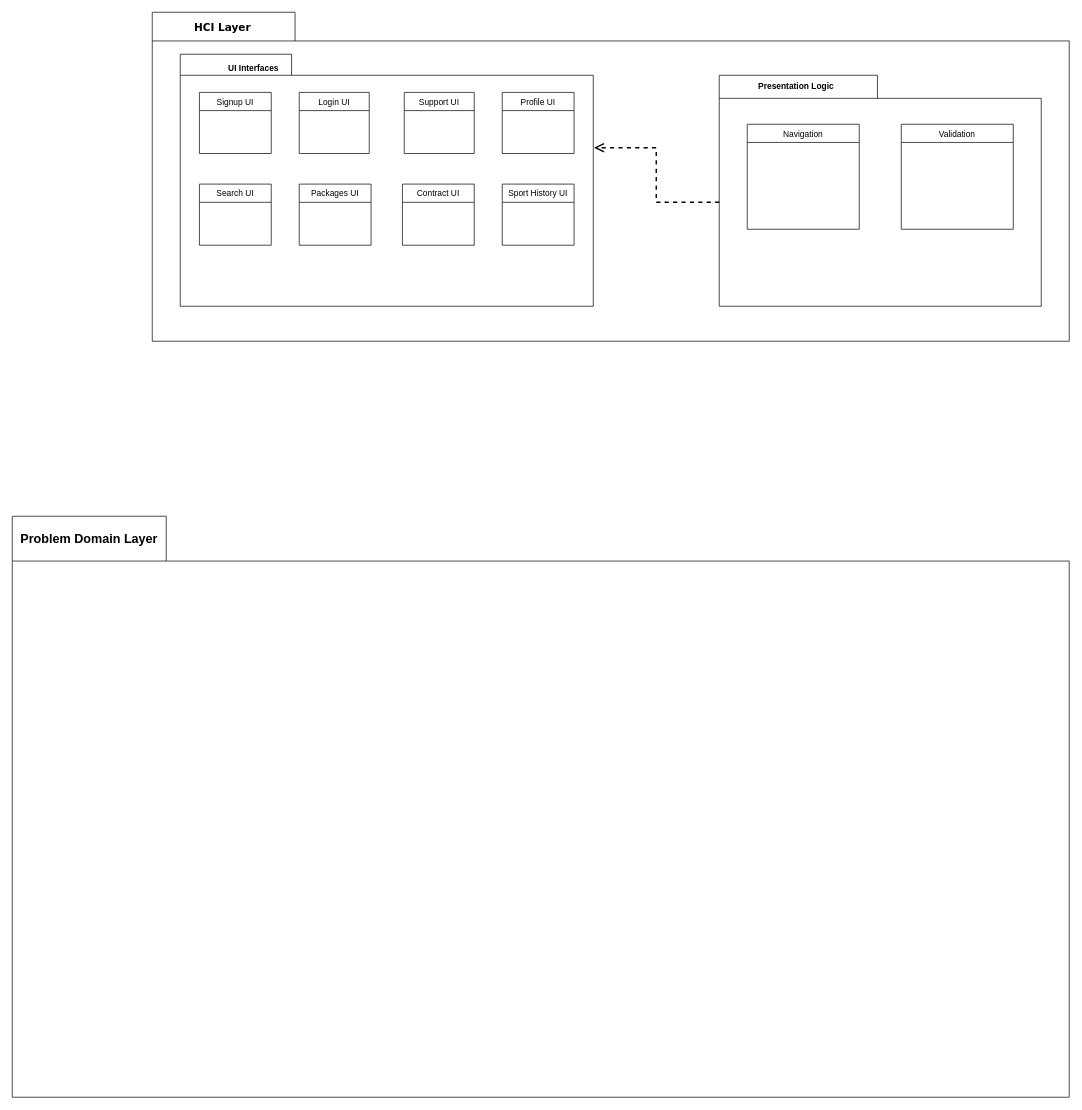
mmohajer9/sama-online-coaching-system keeps this draw.io diagram as Final Presentation/Package Diagram.drawio. Above is the earlier version. Source tidied: cells renumbered, new cells numbered last; positions are measured from the earlier drawing's top-left corner, leaving out a move shared by most shapes. Both pictures are drawn from the tidied source at 70%, with x=0, y=0 at pixel (12, 12).
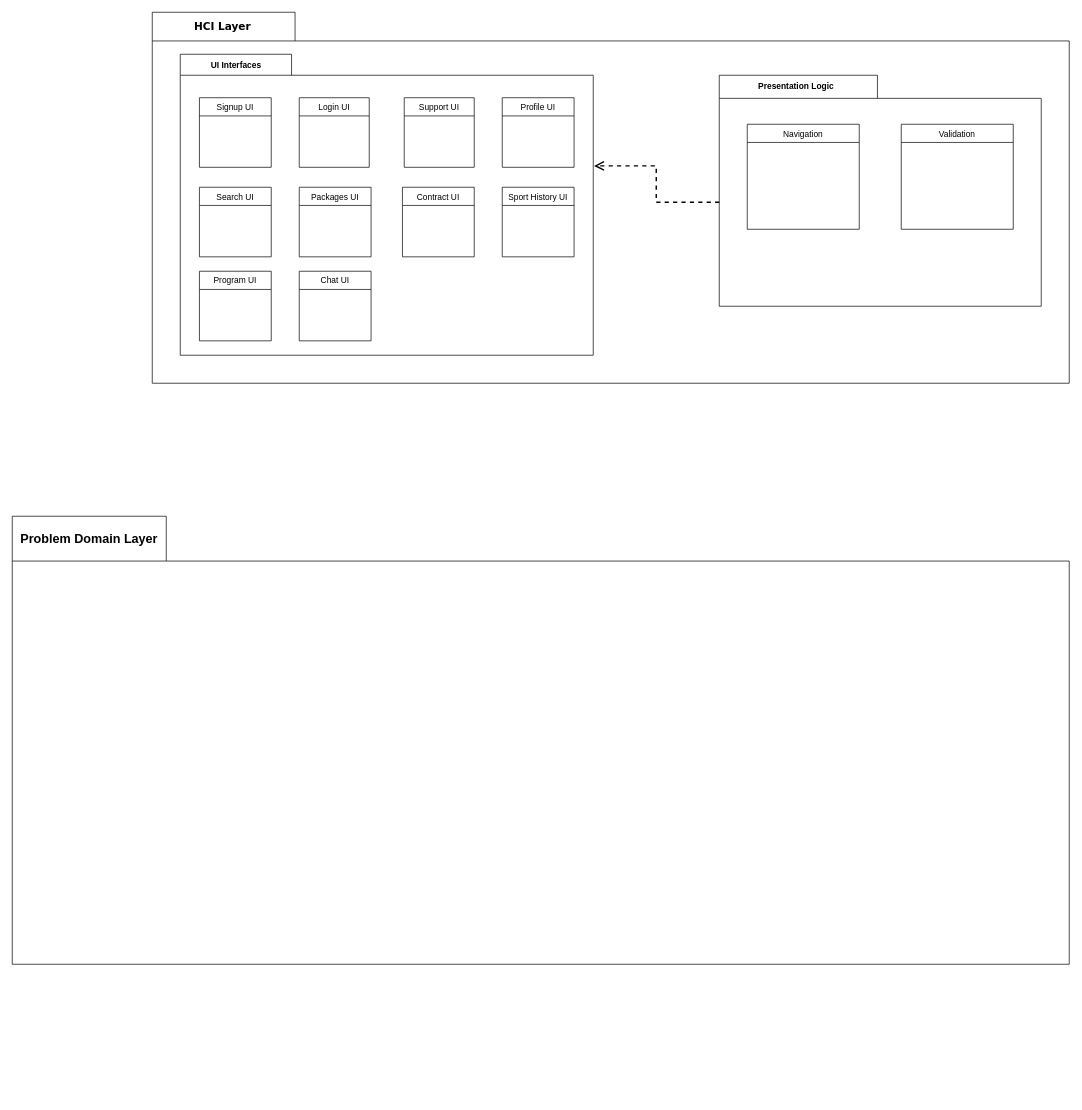
The same diagram, later.

Change to the diagram source:
```diff
@@
     <mxCell id="2" style="group;" parent="1" vertex="1">
-      <mxGeometry x="240" y="60" width="590" height="360" as="geometry" />
+      <mxGeometry x="240" y="60" width="590" height="430" as="geometry" />
     </mxCell>
     <mxCell id="3" style="shape=folder;fontStyle=1;spacingTop=10;tabWidth=159;tabHeight=30;tabPosition=left;html=1;" parent="2" vertex="1">
-      <mxGeometry width="590" height="360" as="geometry" />
+      <mxGeometry width="590" height="430" as="geometry" />
     </mxCell>
     <mxCell id="4" value="UI Interfaces" style="text;align=center;fontStyle=1;verticalAlign=middle;spacingLeft=3;spacingRight=3;strokeColor=none;" parent="2" vertex="1">
-      <mxGeometry width="209.8" height="38.6" as="geometry" />
+      <mxGeometry width="160" height="30" as="geometry" />
     </mxCell>
     <mxCell id="5" value="Signup UI" style="swimlane;fontStyle=0;horizontal=1;startSize=26;fillColor=none;" parent="2" vertex="1">
-      <mxGeometry x="27.4" y="54.5" width="102.6" height="87.3" as="geometry" />
+      <mxGeometry x="27.4" y="62.1" width="102.6" height="99.4" as="geometry" />
     </mxCell>
     <mxCell id="6" value="Login UI" style="swimlane;fontStyle=0;horizontal=1;startSize=26;fillColor=none;" parent="2" vertex="1">
-      <mxGeometry x="170" y="54.5" width="100" height="87.3" as="geometry" />
+      <mxGeometry x="170" y="62.1" width="100" height="99.4" as="geometry" />
     </mxCell>
     <mxCell id="7" value="Profile UI" style="swimlane;fontStyle=0;horizontal=1;startSize=26;fillColor=none;" parent="2" vertex="1">
-      <mxGeometry x="460" y="54.5" width="102.6" height="87.3" as="geometry" />
+      <mxGeometry x="460" y="62.1" width="102.6" height="99.4" as="geometry" />
     </mxCell>
     <mxCell id="8" value="Support UI" style="swimlane;fontStyle=0;horizontal=1;startSize=26;fillColor=none;" parent="2" vertex="1">
-      <mxGeometry x="320" y="54.5" width="100" height="87.3" as="geometry" />
+      <mxGeometry x="320" y="62.1" width="100" height="99.4" as="geometry" />
     </mxCell>
     <mxCell id="9" value="Search UI" style="swimlane;fontStyle=0;horizontal=1;startSize=26;fillColor=none;" parent="2" vertex="1">
-      <mxGeometry x="27.4" y="185.5" width="102.6" height="87.3" as="geometry" />
+      <mxGeometry x="27.4" y="190" width="102.6" height="99.4" as="geometry" />
     </mxCell>
     <mxCell id="10" value="Packages UI" style="swimlane;fontStyle=0;horizontal=1;startSize=26;fillColor=none;" parent="2" vertex="1">
-      <mxGeometry x="170" y="185.5" width="102.6" height="87.3" as="geometry" />
+      <mxGeometry x="170" y="190" width="102.6" height="99.4" as="geometry" />
     </mxCell>
     <mxCell id="11" value="Contract UI" style="swimlane;fontStyle=0;horizontal=1;startSize=26;fillColor=none;" parent="2" vertex="1">
-      <mxGeometry x="317.4" y="185.5" width="102.6" height="87.3" as="geometry" />
+      <mxGeometry x="317.4" y="190" width="102.6" height="99.4" as="geometry" />
     </mxCell>
     <mxCell id="12" value="Sport History UI" style="swimlane;fontStyle=0;horizontal=1;startSize=26;fillColor=none;" parent="2" vertex="1">
-      <mxGeometry x="460" y="185.5" width="102.6" height="87.3" as="geometry" />
+      <mxGeometry x="460" y="190" width="102.6" height="99.4" as="geometry" />
     </mxCell>
+    <mxCell id="24" value="Program UI" style="swimlane;fontStyle=0;horizontal=1;startSize=26;fillColor=none;" parent="2" vertex="1">
+      <mxGeometry x="27.4" y="310" width="102.6" height="99.4" as="geometry" />
+    </mxCell>
+    <mxCell id="25" value="Chat UI" style="swimlane;fontStyle=0;horizontal=1;startSize=26;fillColor=none;" parent="2" vertex="1">
+      <mxGeometry x="170" y="310" width="102.6" height="99.4" as="geometry" />
+    </mxCell>
@@
     <mxCell id="19" style="shape=folder;fontStyle=1;spacingTop=10;tabWidth=220;tabHeight=64;tabPosition=left;html=1;rounded=0;shadow=0;comic=0;labelBackgroundColor=none;strokeWidth=1;fillColor=none;fontFamily=Verdana;fontSize=10;align=center;" parent="1" vertex="1">
-      <mxGeometry y="720" width="1510" height="830" as="geometry" />
+      <mxGeometry y="720" width="1510" height="640" as="geometry" />
     </mxCell>
-    <mxCell id="20" style="group;" parent="1" vertex="1">
-      <mxGeometry x="200" width="1310" height="470" as="geometry" />
-    </mxCell>
+    <mxCell id="23" value="Problem Domain Layer" style="text;align=center;fontStyle=1;verticalAlign=middle;spacingLeft=3;spacingRight=3;strokeColor=none;fontSize=18;" parent="1" vertex="1">
+      <mxGeometry y="720" width="220" height="60" as="geometry" />
+    </mxCell>
-    <mxCell id="21" style="shape=folder;fontStyle=1;spacingTop=10;tabWidth=204;tabHeight=41;tabPosition=left;html=1;rounded=0;shadow=0;comic=0;labelBackgroundColor=none;strokeWidth=1;fillColor=none;fontFamily=Verdana;fontSize=10;align=center;" parent="20" vertex="1">
-      <mxGeometry width="1310" height="470" as="geometry" />
+    <mxCell id="21" style="shape=folder;fontStyle=1;spacingTop=10;tabWidth=204;tabHeight=41;tabPosition=left;html=1;rounded=0;shadow=0;comic=0;labelBackgroundColor=none;strokeWidth=1;fillColor=none;fontFamily=Verdana;fontSize=10;align=center;" parent="1" vertex="1">
+      <mxGeometry x="200" width="1310" height="530" as="geometry" />
     </mxCell>
-    <mxCell id="22" value="&lt;b&gt;&lt;font style=&quot;font-size: 15px&quot;&gt;HCI Layer&lt;/font&gt;&lt;/b&gt;" style="text;html=1;align=center;verticalAlign=top;spacingTop=-4;fontSize=10;fontFamily=Verdana;" parent="20" vertex="1">
-      <mxGeometry y="10" width="200" height="30" as="geometry" />
+    <mxCell id="22" value="&lt;b&gt;&lt;font style=&quot;font-size: 15px&quot;&gt;HCI Layer&lt;/font&gt;&lt;/b&gt;" style="text;html=1;align=center;verticalAlign=top;spacingTop=-4;fontSize=10;fontFamily=Verdana;" parent="1" vertex="1">
+      <mxGeometry x="200" y="9.3" width="200" height="28" as="geometry" />
     </mxCell>
-    <mxCell id="23" value="Problem Domain Layer" style="text;align=center;fontStyle=1;verticalAlign=middle;spacingLeft=3;spacingRight=3;strokeColor=none;fontSize=18;" parent="1" vertex="1">
-      <mxGeometry y="720" width="220" height="60" as="geometry" />
-    </mxCell>
```
